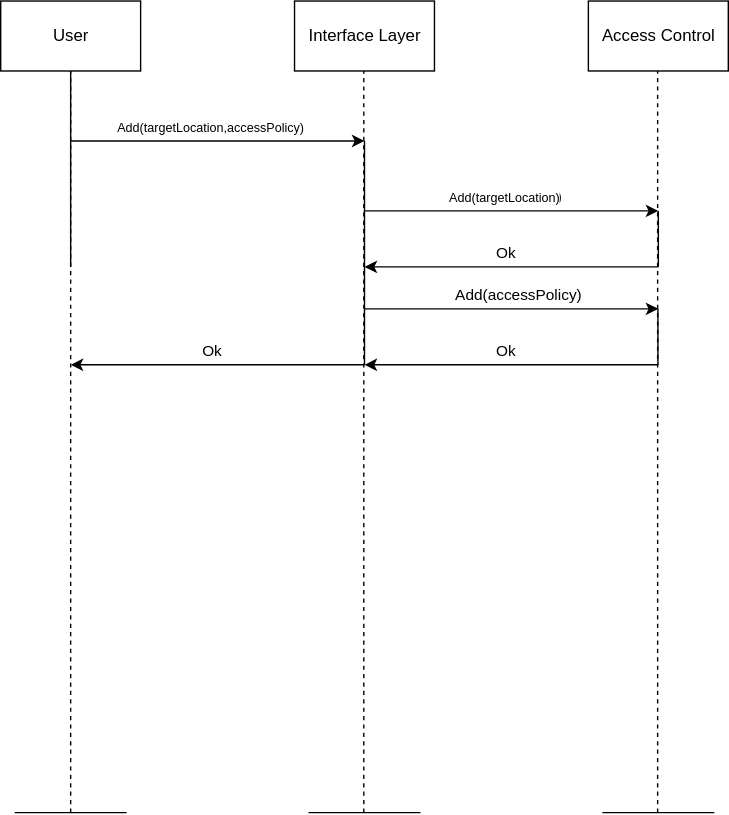
This is docs/design/system/create_file_flow.drawio.svg from ivajon/NGAC_ABE, a draw.io export, as it was before one commit. Source tidied: cells renumbered, new cells last; positions are measured from the earlier drawing's top-left corner, leaving out a move shared by most shapes.
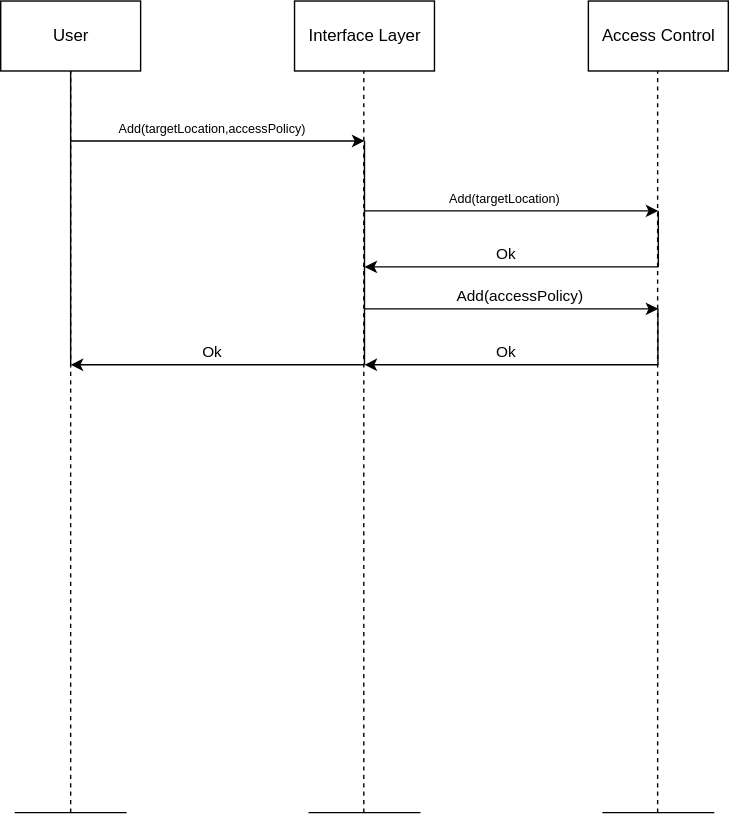
Later version of the same file.

What changed in the source:
```diff
@@ -68,7 +68,7 @@
     </mxCell>
     <mxCell id="13" style="endArrow=none;html=1;" parent="1" edge="1">
       <mxGeometry relative="1" as="geometry">
-        <mxPoint x="50" y="190" as="sourcePoint" />
+        <mxPoint x="50" y="260" as="sourcePoint" />
         <mxPoint x="50" y="50" as="targetPoint" />
       </mxGeometry>
     </mxCell>
@@ -84,11 +84,6 @@
         <mxPoint x="470" y="150" as="targetPoint" />
       </mxGeometry>
     </mxCell>
-    <mxCell id="16" value="(Uid,&quot;R&quot;,Rid)" style="edgeLabel;html=1;align=center;verticalAlign=middle;" parent="15" vertex="1">
-      <mxGeometry x="0.25" y="-1" relative="1" as="geometry">
-        <mxPoint x="-21" y="-11" as="offset" />
-      </mxGeometry>
-    </mxCell>
     <mxCell id="17" style="endArrow=none;html=1;" parent="1" edge="1">
       <mxGeometry relative="1" as="geometry">
         <mxPoint x="470" y="190" as="sourcePoint" />
```
